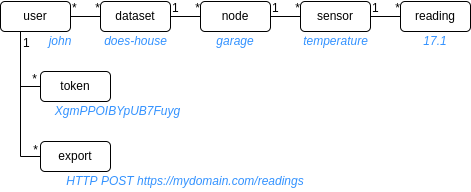
Earlier version of the draw.io export doc/entities.png (fjaderboll/datahub-redis). Source tidied: cells renumbered, new cells last; positions are measured from the earlier drawing's top-left corner, leaving out a move shared by most shapes.
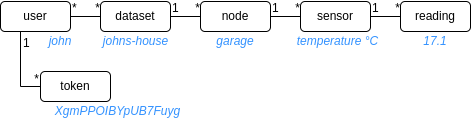
The same file after the commit.

The edit, as a diff of the source:
```diff
@@ -17,24 +17,9 @@
     <mxCell id="6" value="reading" style="rounded=1;whiteSpace=wrap;html=1;" parent="1" vertex="1">
       <mxGeometry x="400" width="70" height="30" as="geometry" />
     </mxCell>
-    <mxCell id="7" value="export" style="rounded=1;whiteSpace=wrap;html=1;" parent="1" vertex="1">
-      <mxGeometry x="40" y="140" width="70" height="30" as="geometry" />
-    </mxCell>
     <mxCell id="8" value="token" style="rounded=1;whiteSpace=wrap;html=1;" parent="1" vertex="1">
       <mxGeometry x="40" y="70" width="70" height="30" as="geometry" />
     </mxCell>
-    <mxCell id="9" style="endArrow=none;html=1;rounded=0;edgeStyle=elbowEdgeStyle;entryX=0;entryY=0.5;entryDx=0;entryDy=0;exitX=0.25;exitY=1;exitDx=0;exitDy=0;" parent="1" edge="1" source="2" target="7">
-      <mxGeometry relative="1" as="geometry">
-        <Array as="points">
-          <mxPoint x="20" y="90" />
-        </Array>
-      </mxGeometry>
-    </mxCell>
-    <mxCell id="10" value="*" style="html=1;align=right;verticalAlign=bottom;" parent="9" vertex="1">
-      <mxGeometry x="1" relative="1" as="geometry">
-        <mxPoint x="-2" y="2" as="offset" />
-      </mxGeometry>
-    </mxCell>
     <mxCell id="11" style="endArrow=none;html=1;rounded=0;exitX=1;exitY=0.5;exitDx=0;exitDy=0;entryX=0;entryY=0.5;entryDx=0;entryDy=0;" parent="1" edge="1" source="3" target="4">
       <mxGeometry relative="1" as="geometry" />
     </mxCell>
@@ -88,7 +73,7 @@
         <mxPoint x="-2" y="1" as="offset" />
       </mxGeometry>
     </mxCell>
-    <mxCell id="26" value="does-house" style="text;html=1;strokeColor=none;fillColor=none;align=center;verticalAlign=middle;whiteSpace=wrap;rounded=0;fontColor=#3392FF;fontStyle=2;" parent="1" vertex="1">
+    <mxCell id="26" value="johns-house" style="text;html=1;strokeColor=none;fillColor=none;align=center;verticalAlign=middle;whiteSpace=wrap;rounded=0;fontColor=#3392FF;fontStyle=2;" parent="1" vertex="1">
       <mxGeometry x="97.5" y="30" width="75" height="20" as="geometry" />
     </mxCell>
     <mxCell id="27" value="john" style="text;html=1;strokeColor=none;fillColor=none;align=center;verticalAlign=middle;whiteSpace=wrap;rounded=0;fontColor=#3392FF;fontStyle=2;" parent="1" vertex="1">
@@ -97,8 +82,8 @@
     <mxCell id="28" value="garage" style="text;html=1;strokeColor=none;fillColor=none;align=center;verticalAlign=middle;whiteSpace=wrap;rounded=0;fontColor=#3392FF;fontStyle=2;" parent="1" vertex="1">
       <mxGeometry x="205" y="30" width="60" height="20" as="geometry" />
     </mxCell>
-    <mxCell id="29" value="temperature" style="text;html=1;strokeColor=none;fillColor=none;align=center;verticalAlign=middle;whiteSpace=wrap;rounded=0;fontColor=#3392FF;fontStyle=2;" parent="1" vertex="1">
-      <mxGeometry x="297.5" y="30" width="75" height="20" as="geometry" />
+    <mxCell id="29" value="temperature °C" style="text;html=1;strokeColor=none;fillColor=none;align=center;verticalAlign=middle;whiteSpace=wrap;rounded=0;fontColor=#3392FF;fontStyle=2;" parent="1" vertex="1">
+      <mxGeometry x="290.5" y="30" width="92.5" height="20" as="geometry" />
     </mxCell>
     <mxCell id="30" value="17.1" style="text;html=1;strokeColor=none;fillColor=none;align=center;verticalAlign=middle;whiteSpace=wrap;rounded=0;fontColor=#3392FF;fontStyle=2;" parent="1" vertex="1">
       <mxGeometry x="405" y="30" width="60" height="20" as="geometry" />
@@ -106,8 +91,5 @@
     <mxCell id="31" value="XgmPPOIBYpUB7Fuyg" style="text;html=1;strokeColor=none;fillColor=none;align=center;verticalAlign=middle;whiteSpace=wrap;rounded=0;fontColor=#3392FF;fontStyle=2;" parent="1" vertex="1">
       <mxGeometry x="50" y="100" width="135" height="20" as="geometry" />
     </mxCell>
-    <mxCell id="32" value="HTTP POST https://mydomain.com/readings" style="text;html=1;strokeColor=none;fillColor=none;align=center;verticalAlign=middle;whiteSpace=wrap;rounded=0;fontColor=#3392FF;fontStyle=2;" parent="1" vertex="1">
-      <mxGeometry x="60" y="170" width="250" height="20" as="geometry" />
-    </mxCell>
   </root>
 </mxGraphModel>
```
